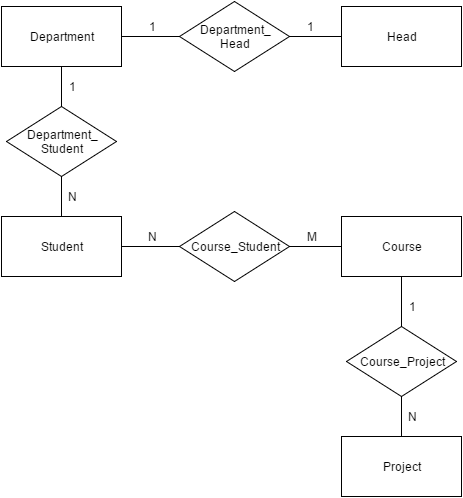
Above: diagram/final_diagram.png in jackey1510/TopicsInCS (draw.io), before the change. Source tidied: cells renumbered, new cells last; positions are measured from the earlier drawing's top-left corner, leaving out a move shared by most shapes. Source of this version:
```xml
<mxGraphModel background="#ffffff">
  <root>
    <mxCell id="0" />
    <mxCell id="1" parent="0" />
    <mxCell id="2" value="Head" style="whiteSpace=wrap;html=1;strokeWidth=1;" parent="1" vertex="1">
      <mxGeometry x="340" y="5" width="120" height="60" as="geometry" />
    </mxCell>
    <mxCell id="3" style="edgeStyle=none;rounded=0;html=1;exitX=1;exitY=0.5;endArrow=none;endFill=0;jettySize=auto;" parent="1" edge="1" source="5" target="2">
      <mxGeometry relative="1" as="geometry" />
    </mxCell>
    <mxCell id="4" style="edgeStyle=none;rounded=0;html=1;exitX=0;exitY=0.5;endArrow=none;endFill=0;jettySize=auto;" parent="1" edge="1" source="5" target="7">
      <mxGeometry relative="1" as="geometry" />
    </mxCell>
    <mxCell id="5" value="Department_&lt;div&gt;Head&lt;/div&gt;" style="rhombus;whiteSpace=wrap;html=1;strokeWidth=1;" parent="1" vertex="1">
      <mxGeometry x="178" width="110" height="70" as="geometry" />
    </mxCell>
    <mxCell id="6" style="edgeStyle=none;rounded=0;html=1;exitX=0.5;exitY=1;entryX=0.5;entryY=0;endArrow=none;endFill=0;jettySize=auto;" parent="1" edge="1" source="7" target="9">
      <mxGeometry relative="1" as="geometry" />
    </mxCell>
    <mxCell id="7" value="Department" style="whiteSpace=wrap;html=1;strokeWidth=1;" parent="1" vertex="1">
      <mxGeometry y="5" width="120" height="60" as="geometry" />
    </mxCell>
    <mxCell id="8" style="edgeStyle=none;rounded=0;html=1;exitX=0.5;exitY=1;entryX=0.5;entryY=0;endArrow=none;endFill=0;jettySize=auto;" parent="1" edge="1" source="9" target="11">
      <mxGeometry relative="1" as="geometry" />
    </mxCell>
    <mxCell id="9" value="Department_&lt;div&gt;Student&lt;/div&gt;" style="rhombus;whiteSpace=wrap;html=1;strokeWidth=1;" parent="1" vertex="1">
      <mxGeometry x="5" y="105" width="110" height="70" as="geometry" />
    </mxCell>
    <mxCell id="10" style="edgeStyle=none;rounded=0;html=1;exitX=1;exitY=0.5;entryX=0;entryY=0.5;endArrow=none;endFill=0;jettySize=auto;" parent="1" edge="1" source="11" target="18">
      <mxGeometry relative="1" as="geometry" />
    </mxCell>
    <mxCell id="11" value="Student" style="whiteSpace=wrap;html=1;strokeWidth=1;" parent="1" vertex="1">
      <mxGeometry y="215" width="120" height="60" as="geometry" />
    </mxCell>
    <mxCell id="12" value="Project" style="whiteSpace=wrap;html=1;strokeWidth=1;" parent="1" vertex="1">
      <mxGeometry x="340" y="435" width="120" height="60" as="geometry" />
    </mxCell>
    <mxCell id="13" style="edgeStyle=none;rounded=0;html=1;exitX=0.5;exitY=0;entryX=0.5;entryY=0;endArrow=none;endFill=0;jettySize=auto;" parent="1" edge="1" source="14" target="12">
      <mxGeometry relative="1" as="geometry" />
    </mxCell>
    <mxCell id="14" value="Course_Project" style="rhombus;whiteSpace=wrap;html=1;strokeWidth=1;" parent="1" vertex="1">
      <mxGeometry x="345" y="325" width="110" height="70" as="geometry" />
    </mxCell>
    <mxCell id="15" style="edgeStyle=none;rounded=0;html=1;exitX=0.5;exitY=1;entryX=0.5;entryY=0;endArrow=none;endFill=0;jettySize=auto;" parent="1" edge="1" source="16" target="14">
      <mxGeometry relative="1" as="geometry" />
    </mxCell>
    <mxCell id="16" value="Course" style="whiteSpace=wrap;html=1;strokeWidth=1;" parent="1" vertex="1">
      <mxGeometry x="340" y="215" width="120" height="60" as="geometry" />
    </mxCell>
    <mxCell id="17" style="edgeStyle=none;rounded=0;html=1;exitX=1;exitY=0.5;entryX=0;entryY=0.5;endArrow=none;endFill=0;jettySize=auto;" parent="1" edge="1" source="18" target="16">
      <mxGeometry relative="1" as="geometry" />
    </mxCell>
    <mxCell id="18" value="Course_Student" style="rhombus;whiteSpace=wrap;html=1;strokeWidth=1;" parent="1" vertex="1">
      <mxGeometry x="178" y="210" width="110" height="70" as="geometry" />
    </mxCell>
    <mxCell id="19" style="edgeStyle=none;rounded=0;html=1;exitX=0;exitY=0.5;entryX=0;entryY=0.5;endArrow=none;endFill=0;jettySize=auto;orthogonalLoop=1;" parent="1" edge="1" source="16" target="16">
      <mxGeometry relative="1" as="geometry" />
    </mxCell>
    <mxCell id="20" value="1" style="text;html=1;strokeColor=none;fillColor=none;align=center;verticalAlign=middle;whiteSpace=wrap;" parent="1" vertex="1">
      <mxGeometry x="130" y="15" width="40" height="20" as="geometry" />
    </mxCell>
    <mxCell id="21" value="1" style="text;html=1;strokeColor=none;fillColor=none;align=center;verticalAlign=middle;whiteSpace=wrap;" parent="1" vertex="1">
      <mxGeometry x="288" y="15" width="40" height="20" as="geometry" />
    </mxCell>
    <mxCell id="22" value="1" style="text;html=1;strokeColor=none;fillColor=none;align=center;verticalAlign=middle;whiteSpace=wrap;" parent="1" vertex="1">
      <mxGeometry x="50" y="75" width="40" height="20" as="geometry" />
    </mxCell>
    <mxCell id="23" value="N" style="text;html=1;strokeColor=none;fillColor=none;align=center;verticalAlign=middle;whiteSpace=wrap;" parent="1" vertex="1">
      <mxGeometry x="50" y="185" width="40" height="20" as="geometry" />
    </mxCell>
    <mxCell id="24" value="N" style="text;html=1;strokeColor=none;fillColor=none;align=center;verticalAlign=middle;whiteSpace=wrap;" parent="1" vertex="1">
      <mxGeometry x="130" y="225" width="40" height="20" as="geometry" />
    </mxCell>
    <mxCell id="25" value="M" style="text;html=1;strokeColor=none;fillColor=none;align=center;verticalAlign=middle;whiteSpace=wrap;" parent="1" vertex="1">
      <mxGeometry x="290" y="225" width="40" height="20" as="geometry" />
    </mxCell>
    <mxCell id="26" value="1" style="text;html=1;strokeColor=none;fillColor=none;align=center;verticalAlign=middle;whiteSpace=wrap;" parent="1" vertex="1">
      <mxGeometry x="390" y="295" width="40" height="20" as="geometry" />
    </mxCell>
    <mxCell id="27" value="N" style="text;html=1;strokeColor=none;fillColor=none;align=center;verticalAlign=middle;whiteSpace=wrap;" parent="1" vertex="1">
      <mxGeometry x="390" y="405" width="40" height="20" as="geometry" />
    </mxCell>
  </root>
</mxGraphModel>
```
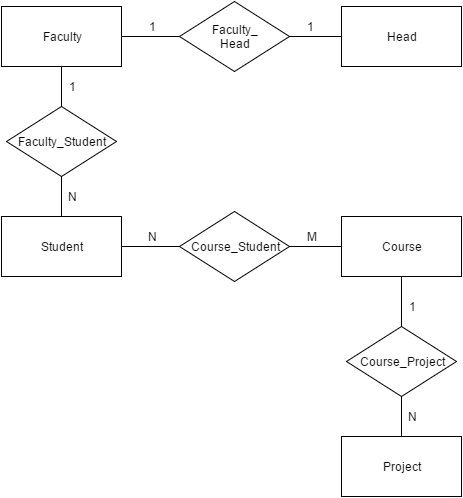
The same file after the commit.

The edit, as a diff of the source:
```diff
@@ -11,19 +11,19 @@
     <mxCell id="4" style="edgeStyle=none;rounded=0;html=1;exitX=0;exitY=0.5;endArrow=none;endFill=0;jettySize=auto;" parent="1" edge="1" source="5" target="7">
       <mxGeometry relative="1" as="geometry" />
     </mxCell>
-    <mxCell id="5" value="Department_&lt;div&gt;Head&lt;/div&gt;" style="rhombus;whiteSpace=wrap;html=1;strokeWidth=1;" parent="1" vertex="1">
+    <mxCell id="5" value="Faculty_&lt;div&gt;Head&lt;/div&gt;" style="rhombus;whiteSpace=wrap;html=1;strokeWidth=1;" parent="1" vertex="1">
       <mxGeometry x="178" width="110" height="70" as="geometry" />
     </mxCell>
     <mxCell id="6" style="edgeStyle=none;rounded=0;html=1;exitX=0.5;exitY=1;entryX=0.5;entryY=0;endArrow=none;endFill=0;jettySize=auto;" parent="1" edge="1" source="7" target="9">
       <mxGeometry relative="1" as="geometry" />
     </mxCell>
-    <mxCell id="7" value="Department" style="whiteSpace=wrap;html=1;strokeWidth=1;" parent="1" vertex="1">
+    <mxCell id="7" value="Faculty" style="whiteSpace=wrap;html=1;strokeWidth=1;" parent="1" vertex="1">
       <mxGeometry y="5" width="120" height="60" as="geometry" />
     </mxCell>
     <mxCell id="8" style="edgeStyle=none;rounded=0;html=1;exitX=0.5;exitY=1;entryX=0.5;entryY=0;endArrow=none;endFill=0;jettySize=auto;" parent="1" edge="1" source="9" target="11">
       <mxGeometry relative="1" as="geometry" />
     </mxCell>
-    <mxCell id="9" value="Department_&lt;div&gt;Student&lt;/div&gt;" style="rhombus;whiteSpace=wrap;html=1;strokeWidth=1;" parent="1" vertex="1">
+    <mxCell id="9" value="Faculty_Student" style="rhombus;whiteSpace=wrap;html=1;strokeWidth=1;" parent="1" vertex="1">
       <mxGeometry x="5" y="105" width="110" height="70" as="geometry" />
     </mxCell>
     <mxCell id="10" style="edgeStyle=none;rounded=0;html=1;exitX=1;exitY=0.5;entryX=0;entryY=0.5;endArrow=none;endFill=0;jettySize=auto;" parent="1" edge="1" source="11" target="18">
```
